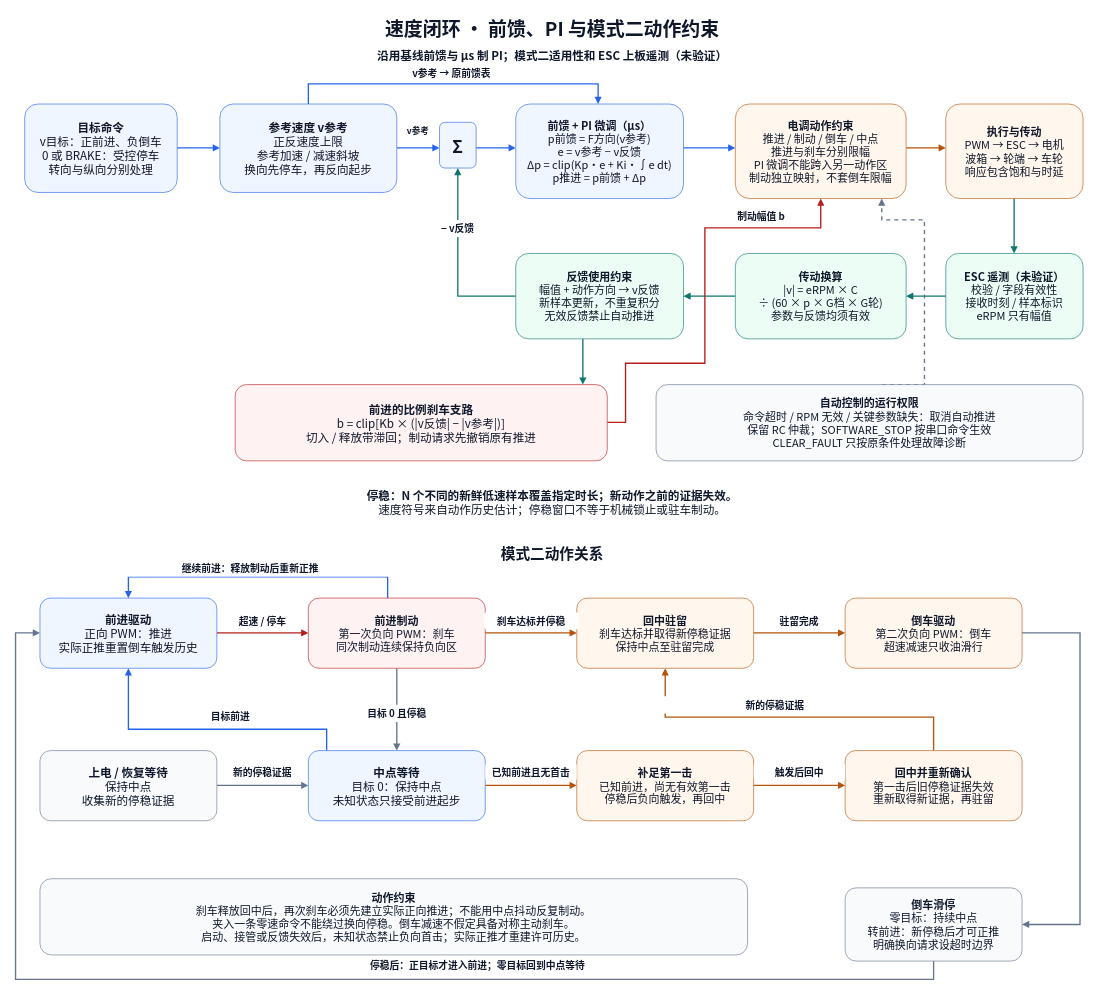
This is page "02 速度闭环与模式二动作" (2 of 2) of docs/diagrams/chassis.drawio from XM-LEES/RCCar-Firmware, a draw.io file, before an edit. Source tidied: cells renumbered, new cells numbered last; positions are measured from the earlier drawing's top-left corner, leaving out a move shared by most shapes. Both pictures are drawn from the tidied source at 61%, with x=0, y=0 at pixel (15, 10).
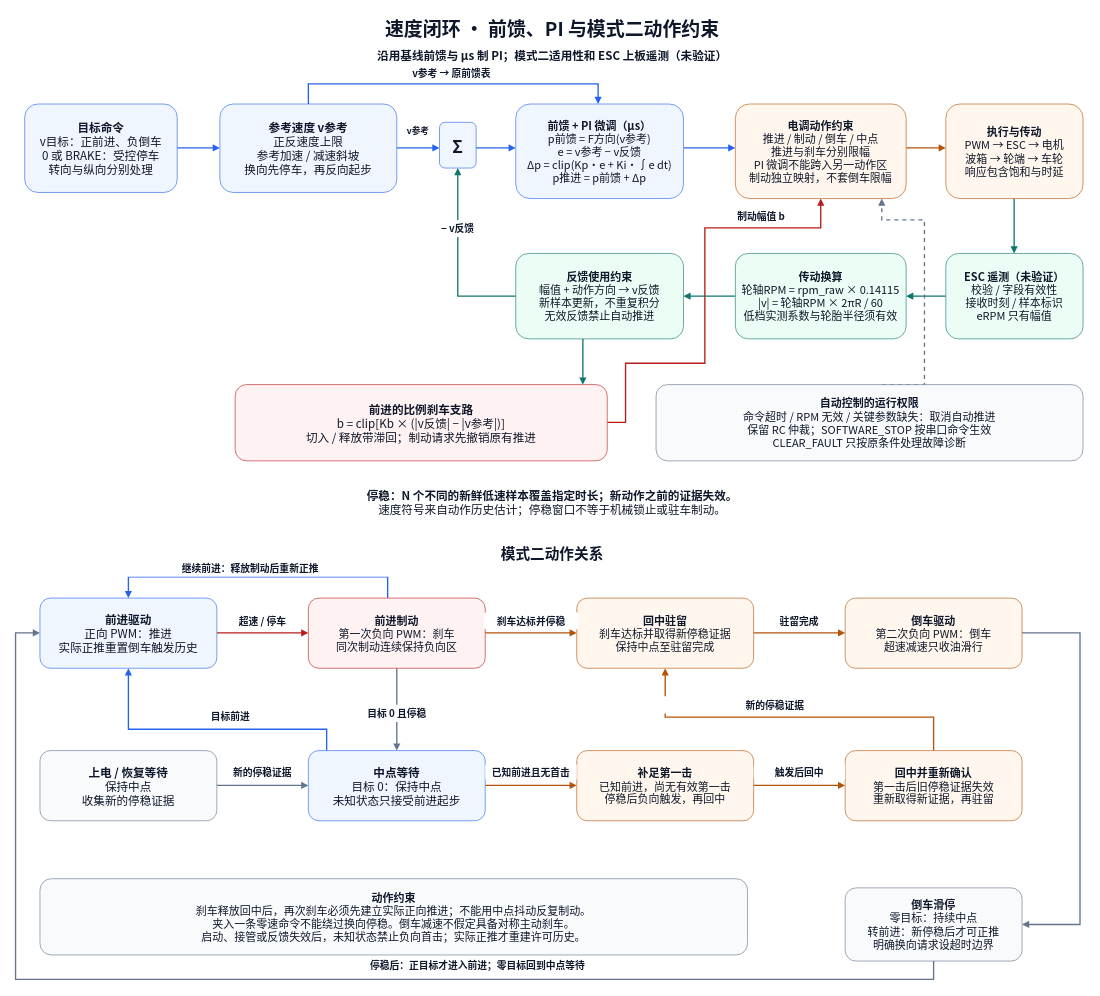
Above is the later version.

Diff of the diagram source:
```diff
@@
-    <mxCell id="37" value="&lt;b&gt;传动换算&lt;/b&gt;&lt;br&gt;|v| = eRPM × C&lt;br&gt;÷ (60 × p × G档 × G轮)&lt;br&gt;参数与反馈均须有效" style="rounded=1;whiteSpace=wrap;html=1;fontFamily=Noto Sans CJK SC;fontSize=18;fontColor=#0f172a;fillColor=#ecfdf5;strokeColor=#0f766e;spacing=8;" parent="1" vertex="1">
+    <mxCell id="37" value="&lt;b&gt;传动换算&lt;/b&gt;&lt;br&gt;轮轴RPM = rpm_raw × 0.14115&lt;br&gt;|v| = 轮轴RPM × 2πR / 60&lt;br&gt;低档实测系数与轮胎半径须有效" style="rounded=1;whiteSpace=wrap;html=1;fontFamily=Noto Sans CJK SC;fontSize=18;fontColor=#0f172a;fillColor=#ecfdf5;strokeColor=#0f766e;spacing=8;" parent="1" vertex="1">
       <mxGeometry x="1180" y="398" width="280" height="140" as="geometry" />
     </mxCell>
```
